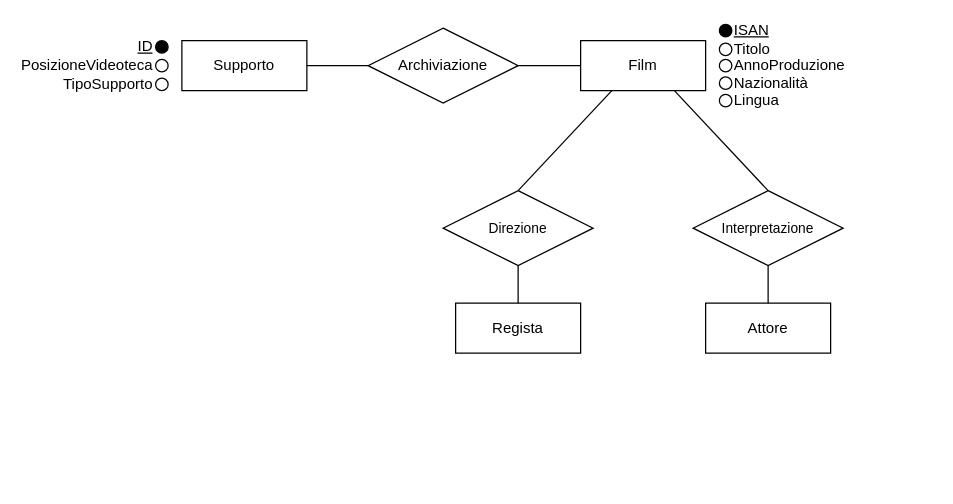
Above: Diagramma senza titolo.drawio in LuigiPuca/SWBD (draw.io), before the change. Source tidied: cells renumbered, new cells numbered last; positions are measured from the earlier drawing's top-left corner, leaving out a move shared by most shapes. Both pictures are drawn from the tidied source at 125%, with x=0, y=0 at pixel (155, 24).
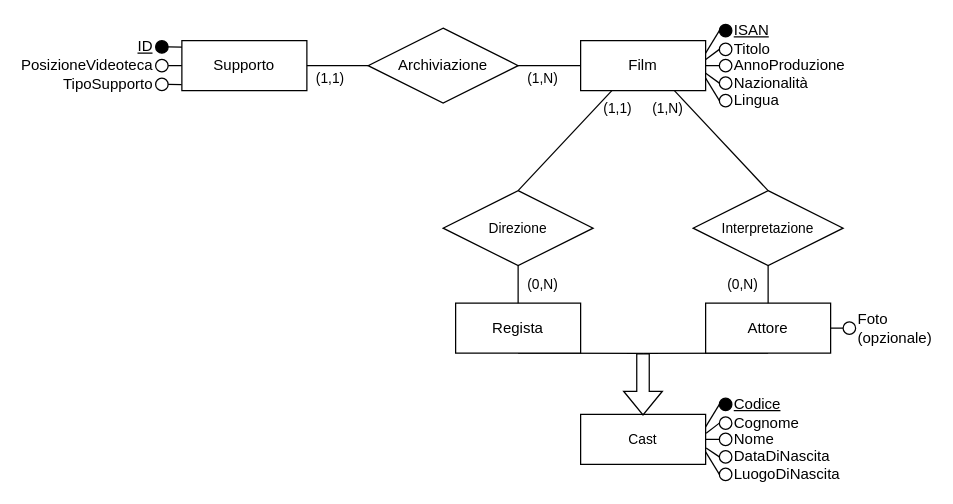
The same page after the edit.

Unchanged cells that the change refers to:
```xml
<mxCell id="2" value="Supporto" style="whiteSpace=wrap;html=1;align=center;" parent="1" vertex="1">
  <mxGeometry x="21" y="13" width="100" height="40" as="geometry" />
</mxCell>
<mxCell id="3" value="Film" style="whiteSpace=wrap;html=1;align=center;" parent="1" vertex="1">
  <mxGeometry x="340" y="13" width="100" height="40" as="geometry" />
</mxCell>
<mxCell id="4" value="Regista" style="whiteSpace=wrap;html=1;align=center;" parent="1" vertex="1">
  <mxGeometry x="240" y="223" width="100" height="40" as="geometry" />
</mxCell>
<mxCell id="5" value="Attore" style="whiteSpace=wrap;html=1;align=center;" parent="1" vertex="1">
  <mxGeometry x="440" y="223" width="100" height="40" as="geometry" />
</mxCell>
<mxCell id="6" value="PosizioneVideoteca" style="ellipse;whiteSpace=wrap;html=1;align=right;labelPosition=left;verticalLabelPosition=middle;verticalAlign=middle;fillColor=#FFFFFF;strokeColor=default;fillStyle=auto;gradientColor=none;" parent="1" vertex="1">
  <mxGeometry y="28" width="10" height="10" as="geometry" />
</mxCell>
<mxCell id="7" value="ID" style="ellipse;whiteSpace=wrap;html=1;align=right;fontStyle=4;labelBackgroundColor=none;labelPosition=left;verticalLabelPosition=middle;verticalAlign=middle;fillColor=#000000;" parent="1" vertex="1">
  <mxGeometry y="13" width="10" height="10" as="geometry" />
</mxCell>
<mxCell id="8" value="TipoSupporto" style="ellipse;whiteSpace=wrap;html=1;align=right;labelPosition=left;verticalLabelPosition=middle;verticalAlign=middle;fillColor=#FFFFFF;strokeColor=default;fillStyle=auto;gradientColor=none;" parent="1" vertex="1">
  <mxGeometry y="43" width="10" height="10" as="geometry" />
</mxCell>
<mxCell id="12" value="ISAN" style="ellipse;whiteSpace=wrap;html=1;align=left;fontStyle=4;labelBackgroundColor=none;labelPosition=right;verticalLabelPosition=middle;verticalAlign=middle;fillColor=#000000;" parent="1" vertex="1">
  <mxGeometry x="451" width="10" height="10" as="geometry" />
</mxCell>
<mxCell id="13" value="Titolo" style="ellipse;whiteSpace=wrap;html=1;align=left;labelPosition=right;verticalLabelPosition=middle;verticalAlign=middle;fillColor=#FFFFFF;strokeColor=default;fillStyle=auto;gradientColor=none;" parent="1" vertex="1">
  <mxGeometry x="451" y="15" width="10" height="10" as="geometry" />
</mxCell>
<mxCell id="14" value="AnnoProduzione" style="ellipse;whiteSpace=wrap;html=1;align=left;labelPosition=right;verticalLabelPosition=middle;verticalAlign=middle;fillColor=#FFFFFF;strokeColor=default;fillStyle=auto;gradientColor=none;" parent="1" vertex="1">
  <mxGeometry x="451" y="28" width="10" height="10" as="geometry" />
</mxCell>
<mxCell id="15" value="Nazionalità" style="ellipse;whiteSpace=wrap;html=1;align=left;labelPosition=right;verticalLabelPosition=middle;verticalAlign=middle;fillColor=#FFFFFF;strokeColor=default;fillStyle=auto;gradientColor=none;" parent="1" vertex="1">
  <mxGeometry x="451" y="42" width="10" height="10" as="geometry" />
</mxCell>
<mxCell id="16" value="Lingua" style="ellipse;whiteSpace=wrap;html=1;align=left;labelPosition=right;verticalLabelPosition=middle;verticalAlign=middle;fillColor=#FFFFFF;strokeColor=default;fillStyle=auto;gradientColor=none;" parent="1" vertex="1">
  <mxGeometry x="451" y="56" width="10" height="10" as="geometry" />
</mxCell>
```

What changed in the source:
```diff
@@
+    <mxCell id="23" style="edgeStyle=none;shape=connector;rounded=0;jettySize=auto;html=1;exitX=0.5;exitY=1;exitDx=0;exitDy=0;labelBackgroundColor=default;strokeColor=default;align=center;verticalAlign=middle;fontFamily=Helvetica;fontSize=11;fontColor=default;endArrow=none;" parent="1" edge="1" source="4">
+      <mxGeometry relative="1" as="geometry">
+        <mxPoint x="390" y="263.1" as="targetPoint" />
+      </mxGeometry>
+    </mxCell>
@@
+    <mxCell id="24" style="edgeStyle=none;shape=connector;rounded=0;jettySize=auto;html=1;exitX=0.5;exitY=1;exitDx=0;exitDy=0;labelBackgroundColor=default;strokeColor=default;align=center;verticalAlign=middle;fontFamily=Helvetica;fontSize=11;fontColor=default;endArrow=none;" parent="1" edge="1" source="5">
+      <mxGeometry relative="1" as="geometry">
+        <mxPoint x="390" y="263.1" as="targetPoint" />
+      </mxGeometry>
+    </mxCell>
+    <mxCell id="25" style="edgeStyle=none;shape=connector;rounded=0;jettySize=auto;html=1;exitX=1;exitY=0.5;exitDx=0;exitDy=0;entryX=0;entryY=0.5;entryDx=0;entryDy=0;labelBackgroundColor=default;strokeColor=default;align=center;verticalAlign=middle;fontFamily=Helvetica;fontSize=11;fontColor=default;endArrow=none;" parent="1" edge="1" source="5" target="45">
+      <mxGeometry relative="1" as="geometry" />
+    </mxCell>
@@
+    <mxCell id="26" style="edgeStyle=none;shape=connector;rounded=0;jettySize=auto;html=1;exitX=1;exitY=0.5;exitDx=0;exitDy=0;entryX=0;entryY=0.5;entryDx=0;entryDy=0;labelBackgroundColor=default;strokeColor=default;align=center;verticalAlign=middle;fontFamily=Helvetica;fontSize=11;fontColor=default;endArrow=none;" parent="1" edge="1" source="6" target="2">
+      <mxGeometry relative="1" as="geometry" />
+    </mxCell>
@@
+    <mxCell id="27" style="edgeStyle=none;shape=connector;rounded=0;jettySize=auto;html=1;exitX=0;exitY=0.5;exitDx=0;exitDy=0;entryX=1;entryY=0.25;entryDx=0;entryDy=0;labelBackgroundColor=default;strokeColor=default;align=center;verticalAlign=middle;fontFamily=Helvetica;fontSize=11;fontColor=default;endArrow=none;" parent="1" edge="1" source="12" target="3">
+      <mxGeometry relative="1" as="geometry" />
+    </mxCell>
@@
+    <mxCell id="28" style="edgeStyle=none;shape=connector;rounded=0;jettySize=auto;html=1;exitX=0;exitY=0.5;exitDx=0;exitDy=0;entryX=1;entryY=0.5;entryDx=0;entryDy=0;labelBackgroundColor=default;strokeColor=default;align=center;verticalAlign=middle;fontFamily=Helvetica;fontSize=11;fontColor=default;endArrow=none;" parent="1" edge="1" source="14" target="3">
+      <mxGeometry relative="1" as="geometry" />
+    </mxCell>
@@
+    <mxCell id="29" style="edgeStyle=none;shape=connector;rounded=0;jettySize=auto;html=1;exitX=0;exitY=0.5;exitDx=0;exitDy=0;entryX=1;entryY=0.75;entryDx=0;entryDy=0;labelBackgroundColor=default;strokeColor=default;align=center;verticalAlign=middle;fontFamily=Helvetica;fontSize=11;fontColor=default;endArrow=none;" parent="1" edge="1" source="16" target="3">
+      <mxGeometry relative="1" as="geometry" />
+    </mxCell>
@@
+    <mxCell id="30" value="(1,1)" style="text;html=1;strokeColor=none;fillColor=none;align=center;verticalAlign=middle;whiteSpace=wrap;rounded=0;fontSize=11;fontFamily=Helvetica;fontColor=default;" parent="1" vertex="1">
+      <mxGeometry x="340" y="52" width="60" height="30" as="geometry" />
+    </mxCell>
+    <mxCell id="31" value="(0,N)" style="text;html=1;strokeColor=none;fillColor=none;align=center;verticalAlign=middle;whiteSpace=wrap;rounded=0;fontSize=11;fontFamily=Helvetica;fontColor=default;" parent="1" vertex="1">
+      <mxGeometry x="280" y="193" width="60" height="30" as="geometry" />
+    </mxCell>
+    <mxCell id="32" value="(1,1)" style="text;html=1;strokeColor=none;fillColor=none;align=center;verticalAlign=middle;whiteSpace=wrap;rounded=0;fontSize=11;fontFamily=Helvetica;fontColor=default;" parent="1" vertex="1">
+      <mxGeometry x="110" y="28" width="60" height="30" as="geometry" />
+    </mxCell>
+    <mxCell id="33" value="(1,N)" style="text;html=1;strokeColor=none;fillColor=none;align=center;verticalAlign=middle;whiteSpace=wrap;rounded=0;fontSize=11;fontFamily=Helvetica;fontColor=default;" parent="1" vertex="1">
+      <mxGeometry x="380" y="52" width="60" height="30" as="geometry" />
+    </mxCell>
+    <mxCell id="34" value="(0,N)" style="text;html=1;strokeColor=none;fillColor=none;align=center;verticalAlign=middle;whiteSpace=wrap;rounded=0;fontSize=11;fontFamily=Helvetica;fontColor=default;" parent="1" vertex="1">
+      <mxGeometry x="440" y="193" width="60" height="30" as="geometry" />
+    </mxCell>
+    <mxCell id="35" style="edgeStyle=none;shape=connector;rounded=0;jettySize=auto;html=1;exitX=0.5;exitY=0;exitDx=0;exitDy=0;labelBackgroundColor=default;strokeColor=default;align=center;verticalAlign=middle;fontFamily=Helvetica;fontSize=11;fontColor=default;endArrow=none;" parent="1" edge="1" source="38">
+      <mxGeometry relative="1" as="geometry">
+        <mxPoint x="390.1" y="313" as="targetPoint" />
+      </mxGeometry>
+    </mxCell>
+    <mxCell id="36" style="edgeStyle=none;shape=connector;rounded=0;jettySize=auto;html=1;exitX=1;exitY=0.25;exitDx=0;exitDy=0;entryX=0;entryY=0.5;entryDx=0;entryDy=0;labelBackgroundColor=default;strokeColor=default;align=center;verticalAlign=middle;fontFamily=Helvetica;fontSize=11;fontColor=default;endArrow=none;" parent="1" edge="1" source="38" target="39">
+      <mxGeometry relative="1" as="geometry" />
+    </mxCell>
+    <mxCell id="37" style="edgeStyle=none;shape=connector;rounded=0;jettySize=auto;html=1;exitX=1;exitY=0.75;exitDx=0;exitDy=0;entryX=0;entryY=0.5;entryDx=0;entryDy=0;labelBackgroundColor=default;strokeColor=default;align=center;verticalAlign=middle;fontFamily=Helvetica;fontSize=11;fontColor=default;endArrow=none;" parent="1" edge="1" source="38" target="44">
+      <mxGeometry relative="1" as="geometry" />
+    </mxCell>
+    <mxCell id="38" value="Cast" style="whiteSpace=wrap;html=1;align=center;fontFamily=Helvetica;fontSize=11;fontColor=default;snapToPoint=0;noLabel=0;" parent="1" vertex="1">
+      <mxGeometry x="340" y="312" width="100" height="40" as="geometry" />
+    </mxCell>
+    <mxCell id="39" value="Codice" style="ellipse;whiteSpace=wrap;html=1;align=left;fontStyle=4;labelBackgroundColor=none;labelPosition=right;verticalLabelPosition=middle;verticalAlign=middle;fillColor=#000000;" parent="1" vertex="1">
+      <mxGeometry x="451" y="299" width="10" height="10" as="geometry" />
+    </mxCell>
+    <mxCell id="40" value="Cognome" style="ellipse;whiteSpace=wrap;html=1;align=left;labelPosition=right;verticalLabelPosition=middle;verticalAlign=middle;fillColor=#FFFFFF;strokeColor=default;fillStyle=auto;gradientColor=none;" parent="1" vertex="1">
+      <mxGeometry x="451" y="314" width="10" height="10" as="geometry" />
+    </mxCell>
+    <mxCell id="41" style="edgeStyle=none;shape=connector;rounded=0;jettySize=auto;html=1;exitX=0;exitY=0.5;exitDx=0;exitDy=0;entryX=1;entryY=0.5;entryDx=0;entryDy=0;labelBackgroundColor=default;strokeColor=default;align=center;verticalAlign=middle;fontFamily=Helvetica;fontSize=11;fontColor=default;endArrow=none;" parent="1" edge="1" source="42" target="38">
+      <mxGeometry relative="1" as="geometry" />
+    </mxCell>
+    <mxCell id="42" value="Nome" style="ellipse;whiteSpace=wrap;html=1;align=left;labelPosition=right;verticalLabelPosition=middle;verticalAlign=middle;fillColor=#FFFFFF;strokeColor=default;fillStyle=auto;gradientColor=none;" parent="1" vertex="1">
+      <mxGeometry x="451" y="327" width="10" height="10" as="geometry" />
+    </mxCell>
+    <mxCell id="43" value="DataDiNascita" style="ellipse;whiteSpace=wrap;html=1;align=left;labelPosition=right;verticalLabelPosition=middle;verticalAlign=middle;fillColor=#FFFFFF;strokeColor=default;fillStyle=auto;gradientColor=none;" parent="1" vertex="1">
+      <mxGeometry x="451" y="341" width="10" height="10" as="geometry" />
+    </mxCell>
+    <mxCell id="44" value="LuogoDiNascita" style="ellipse;whiteSpace=wrap;html=1;align=left;labelPosition=right;verticalLabelPosition=middle;verticalAlign=middle;fillColor=#FFFFFF;strokeColor=default;fillStyle=auto;gradientColor=none;" parent="1" vertex="1">
+      <mxGeometry x="451" y="355" width="10" height="10" as="geometry" />
+    </mxCell>
+    <mxCell id="45" value="Foto (opzionale)" style="ellipse;whiteSpace=wrap;html=1;align=left;labelPosition=right;verticalLabelPosition=middle;verticalAlign=middle;fillColor=#FFFFFF;strokeColor=default;fillStyle=auto;gradientColor=none;" parent="1" vertex="1">
+      <mxGeometry x="550" y="238" width="10" height="10" as="geometry" />
+    </mxCell>
+    <mxCell id="46" style="edgeStyle=none;shape=connector;rounded=0;jettySize=auto;html=1;exitX=1;exitY=0.5;exitDx=0;exitDy=0;entryX=-0.002;entryY=0.88;entryDx=0;entryDy=0;entryPerimeter=0;labelBackgroundColor=default;strokeColor=default;align=center;verticalAlign=middle;fontFamily=Helvetica;fontSize=11;fontColor=default;endArrow=none;" parent="1" edge="1" source="8" target="2">
+      <mxGeometry relative="1" as="geometry" />
+    </mxCell>
+    <mxCell id="47" style="edgeStyle=none;shape=connector;rounded=0;jettySize=auto;html=1;exitX=1;exitY=0.5;exitDx=0;exitDy=0;entryX=0;entryY=0.128;entryDx=0;entryDy=0;entryPerimeter=0;labelBackgroundColor=default;strokeColor=default;align=center;verticalAlign=middle;fontFamily=Helvetica;fontSize=11;fontColor=default;endArrow=none;" parent="1" edge="1" source="7" target="2">
+      <mxGeometry relative="1" as="geometry" />
+    </mxCell>
+    <mxCell id="48" value="(1,N)" style="text;html=1;strokeColor=none;fillColor=none;align=center;verticalAlign=middle;whiteSpace=wrap;rounded=0;fontSize=11;fontFamily=Helvetica;fontColor=default;" parent="1" vertex="1">
+      <mxGeometry x="280" y="28" width="60" height="30" as="geometry" />
+    </mxCell>
+    <mxCell id="49" style="edgeStyle=none;shape=connector;rounded=0;jettySize=auto;html=1;exitX=0;exitY=0.5;exitDx=0;exitDy=0;entryX=0.998;entryY=0.383;entryDx=0;entryDy=0;entryPerimeter=0;labelBackgroundColor=default;strokeColor=default;align=center;verticalAlign=middle;fontFamily=Helvetica;fontSize=11;fontColor=default;endArrow=none;" parent="1" edge="1" source="13" target="3">
+      <mxGeometry relative="1" as="geometry" />
+    </mxCell>
+    <mxCell id="50" style="edgeStyle=none;shape=connector;rounded=0;jettySize=auto;html=1;exitX=0;exitY=0.5;exitDx=0;exitDy=0;entryX=0.998;entryY=0.647;entryDx=0;entryDy=0;entryPerimeter=0;labelBackgroundColor=default;strokeColor=default;align=center;verticalAlign=middle;fontFamily=Helvetica;fontSize=11;fontColor=default;endArrow=none;" parent="1" edge="1" source="15" target="3">
+      <mxGeometry relative="1" as="geometry" />
+    </mxCell>
+    <mxCell id="51" style="shape=flexArrow;endArrow=classic;rounded=0;html=1;labelBackgroundColor=default;strokeColor=default;align=center;verticalAlign=middle;fontFamily=Helvetica;fontSize=11;fontColor=default;snapToPoint=0;" parent="1" edge="1">
+      <mxGeometry relative="1" as="geometry">
+        <mxPoint x="389.9" y="263" as="sourcePoint" />
+        <mxPoint x="389.9" y="313" as="targetPoint" />
+      </mxGeometry>
+    </mxCell>
+    <mxCell id="52" style="edgeStyle=none;shape=connector;rounded=0;jettySize=auto;html=1;exitX=0;exitY=0.5;exitDx=0;exitDy=0;entryX=1.004;entryY=0.672;entryDx=0;entryDy=0;entryPerimeter=0;labelBackgroundColor=default;strokeColor=default;align=center;verticalAlign=middle;fontFamily=Helvetica;fontSize=11;fontColor=default;endArrow=none;" parent="1" edge="1" source="43" target="38">
+      <mxGeometry relative="1" as="geometry" />
+    </mxCell>
+    <mxCell id="53" style="edgeStyle=none;shape=connector;rounded=0;jettySize=auto;html=1;exitX=0;exitY=0.5;exitDx=0;exitDy=0;entryX=1.004;entryY=0.376;entryDx=0;entryDy=0;entryPerimeter=0;labelBackgroundColor=default;strokeColor=default;align=center;verticalAlign=middle;fontFamily=Helvetica;fontSize=11;fontColor=default;endArrow=none;" parent="1" edge="1" source="40" target="38">
+      <mxGeometry relative="1" as="geometry" />
+    </mxCell>
```
